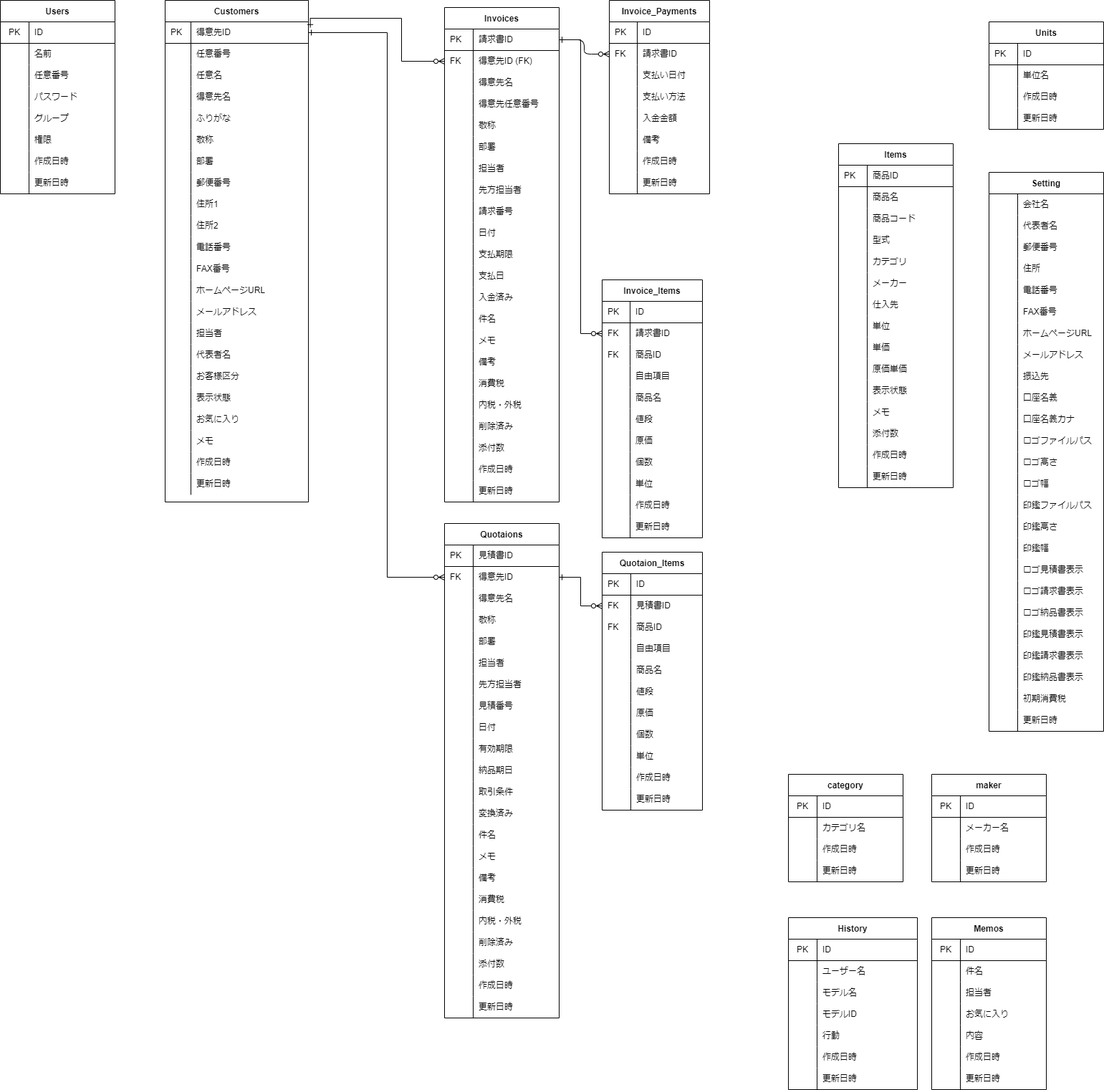
The draw.io diagram soho_er.png in gamasenninn/caddie-clone, before a commit. Source tidied: cells renumbered, new cells last; positions are measured from the earlier drawing's top-left corner, leaving out a move shared by most shapes.
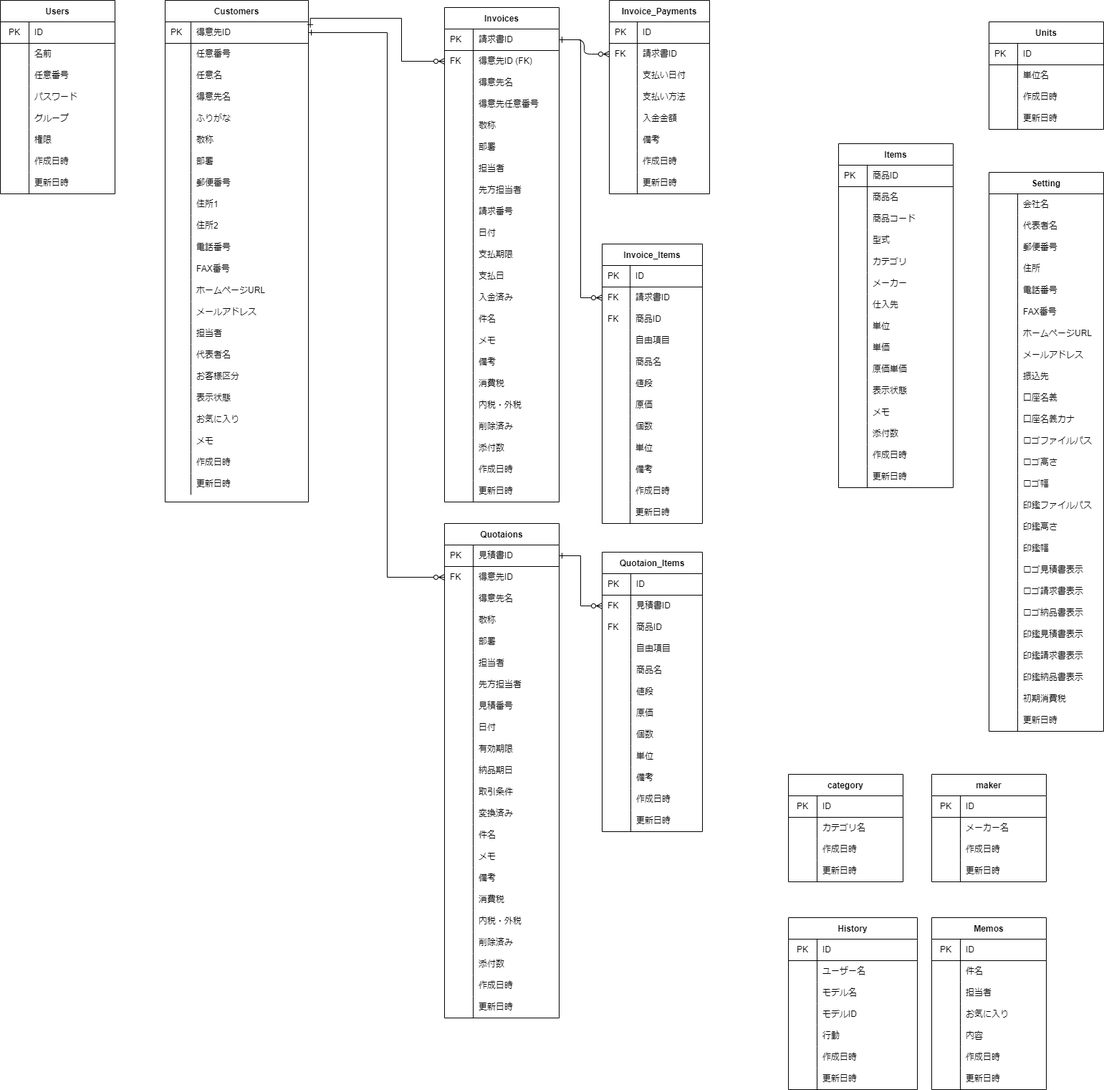
The same diagram one commit later.

What changed in the source:
```diff
@@ -543,7 +543,7 @@
       <mxGeometry x="40" width="120" height="30" as="geometry" />
     </mxCell>
     <mxCell id="182" value="Invoice_Items" style="shape=table;startSize=30;rowLines=0;fontStyle=1;align=center;" parent="1" vertex="1">
-      <mxGeometry x="840" y="390" width="140" height="360" as="geometry" />
+      <mxGeometry x="840" y="340" width="140" height="390" as="geometry" />
     </mxCell>
     <mxCell id="183" style="shape=partialRectangle;html=1;whiteSpace=wrap;fillColor=none;top=0;left=0;bottom=1;right=0;" parent="182" vertex="1">
       <mxGeometry y="30" width="140" height="30" as="geometry" />
@@ -626,8 +626,17 @@
     <mxCell id="209" value="単位" style="shape=partialRectangle;html=1;whiteSpace=wrap;fillColor=none;top=0;left=0;bottom=0;right=0;align=left;spacingLeft=6;overflow=hidden;" parent="207" vertex="1">
       <mxGeometry x="39" width="101" height="30" as="geometry" />
     </mxCell>
+    <mxCell id="531" style="shape=partialRectangle;html=1;whiteSpace=wrap;fillColor=none;top=0;left=0;bottom=0;right=0;" parent="182" vertex="1">
+      <mxGeometry y="300" width="140" height="30" as="geometry" />
+    </mxCell>
+    <mxCell id="532" style="shape=partialRectangle;html=1;whiteSpace=wrap;fillColor=none;top=0;left=0;bottom=0;right=0;align=left;spacingLeft=6;overflow=hidden;" parent="531" vertex="1">
+      <mxGeometry width="39" height="30" as="geometry" />
+    </mxCell>
+    <mxCell id="533" value="備考" style="shape=partialRectangle;html=1;whiteSpace=wrap;fillColor=none;top=0;left=0;bottom=0;right=0;align=left;spacingLeft=6;overflow=hidden;" parent="531" vertex="1">
+      <mxGeometry x="39" width="101" height="30" as="geometry" />
+    </mxCell>
     <mxCell id="210" style="shape=partialRectangle;html=1;whiteSpace=wrap;fillColor=none;top=0;left=0;bottom=0;right=0;" parent="182" vertex="1">
-      <mxGeometry y="300" width="140" height="30" as="geometry" />
+      <mxGeometry y="330" width="140" height="30" as="geometry" />
     </mxCell>
     <mxCell id="211" style="shape=partialRectangle;html=1;whiteSpace=wrap;fillColor=none;top=0;left=0;bottom=0;right=0;align=left;spacingLeft=6;overflow=hidden;" parent="210" vertex="1">
       <mxGeometry width="39" height="30" as="geometry" />
@@ -636,7 +645,7 @@
       <mxGeometry x="39" width="101" height="30" as="geometry" />
     </mxCell>
     <mxCell id="213" style="shape=partialRectangle;html=1;whiteSpace=wrap;fillColor=none;top=0;left=0;bottom=0;right=0;" parent="182" vertex="1">
-      <mxGeometry y="330" width="140" height="30" as="geometry" />
+      <mxGeometry y="360" width="140" height="30" as="geometry" />
     </mxCell>
     <mxCell id="214" style="shape=partialRectangle;html=1;whiteSpace=wrap;fillColor=none;top=0;left=0;bottom=0;right=0;align=left;spacingLeft=6;overflow=hidden;" parent="213" vertex="1">
       <mxGeometry width="39" height="30" as="geometry" />
@@ -846,7 +855,7 @@
       <mxGeometry x="40" width="120" height="30" as="geometry" />
     </mxCell>
     <mxCell id="283" value="Quotaion_Items" style="shape=table;startSize=30;rowLines=0;fontStyle=1;align=center;" parent="1" vertex="1">
-      <mxGeometry x="840" y="770" width="140" height="360" as="geometry" />
+      <mxGeometry x="840" y="770" width="140" height="390" as="geometry" />
     </mxCell>
     <mxCell id="284" style="shape=partialRectangle;html=1;whiteSpace=wrap;fillColor=none;top=0;left=0;bottom=1;right=0;" parent="283" vertex="1">
       <mxGeometry y="30" width="140" height="30" as="geometry" />
@@ -929,8 +938,17 @@
     <mxCell id="310" value="単位" style="shape=partialRectangle;html=1;whiteSpace=wrap;fillColor=none;top=0;left=0;bottom=0;right=0;align=left;spacingLeft=6;overflow=hidden;" parent="308" vertex="1">
       <mxGeometry x="40" width="100" height="30" as="geometry" />
     </mxCell>
+    <mxCell id="534" style="shape=partialRectangle;html=1;whiteSpace=wrap;fillColor=none;top=0;left=0;bottom=0;right=0;" parent="283" vertex="1">
+      <mxGeometry y="300" width="140" height="30" as="geometry" />
+    </mxCell>
+    <mxCell id="535" style="shape=partialRectangle;html=1;whiteSpace=wrap;fillColor=none;top=0;left=0;bottom=0;right=0;align=left;spacingLeft=6;overflow=hidden;" parent="534" vertex="1">
+      <mxGeometry width="40" height="30" as="geometry" />
+    </mxCell>
+    <mxCell id="536" value="備考" style="shape=partialRectangle;html=1;whiteSpace=wrap;fillColor=none;top=0;left=0;bottom=0;right=0;align=left;spacingLeft=6;overflow=hidden;" parent="534" vertex="1">
+      <mxGeometry x="40" width="100" height="30" as="geometry" />
+    </mxCell>
     <mxCell id="311" style="shape=partialRectangle;html=1;whiteSpace=wrap;fillColor=none;top=0;left=0;bottom=0;right=0;" parent="283" vertex="1">
-      <mxGeometry y="300" width="140" height="30" as="geometry" />
+      <mxGeometry y="330" width="140" height="30" as="geometry" />
     </mxCell>
     <mxCell id="312" style="shape=partialRectangle;html=1;whiteSpace=wrap;fillColor=none;top=0;left=0;bottom=0;right=0;align=left;spacingLeft=6;overflow=hidden;" parent="311" vertex="1">
       <mxGeometry width="40" height="30" as="geometry" />
@@ -939,7 +957,7 @@
       <mxGeometry x="40" width="100" height="30" as="geometry" />
     </mxCell>
     <mxCell id="314" style="shape=partialRectangle;html=1;whiteSpace=wrap;fillColor=none;top=0;left=0;bottom=0;right=0;" parent="283" vertex="1">
-      <mxGeometry y="330" width="140" height="30" as="geometry" />
+      <mxGeometry y="360" width="140" height="30" as="geometry" />
     </mxCell>
     <mxCell id="315" style="shape=partialRectangle;html=1;whiteSpace=wrap;fillColor=none;top=0;left=0;bottom=0;right=0;align=left;spacingLeft=6;overflow=hidden;" parent="314" vertex="1">
       <mxGeometry width="40" height="30" as="geometry" />
@@ -1233,7 +1251,7 @@
     <mxCell id="408" style="edgeStyle=orthogonalEdgeStyle;rounded=0;jettySize=auto;html=1;exitX=0;exitY=0.5;exitDx=0;exitDy=0;entryX=1;entryY=0.5;entryDx=0;entryDy=0;startArrow=ERzeroToMany;startFill=1;endArrow=ERone;endFill=0;" parent="1" edge="1" source="186" target="116">
       <mxGeometry relative="1" as="geometry" />
     </mxCell>
-    <mxCell id="409" style="edgeStyle=orthogonalEdgeStyle;rounded=0;jettySize=auto;html=1;exitX=0;exitY=0.5;exitDx=0;exitDy=0;entryX=1;entryY=0.5;entryDx=0;entryDy=0;startArrow=ERzeroToMany;startFill=1;endArrow=ERone;endFill=0;" parent="1" edge="1" source="287" target="220">
+    <mxCell id="409" style="edgeStyle=orthogonalEdgeStyle;rounded=0;jettySize=auto;html=1;exitX=0;exitY=0.5;exitDx=0;exitDy=0;entryX=1;entryY=0.5;entryDx=0;entryDy=0;startArrow=ERzeroToMany;startFill=1;endArrow=ERone;endFill=0;" parent="1" edge="1" source="287" target="217">
       <mxGeometry relative="1" as="geometry" />
     </mxCell>
     <mxCell id="410" value="Memos" style="shape=table;startSize=30;rowLines=0;fontStyle=1;align=center;" parent="1" vertex="1">
```
